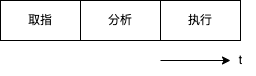
junjie-git/draw.io keeps this draw.io diagram as 对一条机器指令的解释.png. Above is the earlier version. Source tidied: cells renumbered, new cells last; positions are measured from the earlier drawing's top-left corner, leaving out a move shared by most shapes. The source it was exported from:
```xml
<mxGraphModel>
  <root>
    <mxCell id="0" />
    <mxCell id="1" parent="0" />
    <mxCell id="2" style="rounded=0;whiteSpace=wrap;html=1;" parent="1" vertex="1">
      <mxGeometry width="240" height="40" as="geometry" />
    </mxCell>
    <mxCell id="3" style="shape=partialRectangle;whiteSpace=wrap;html=1;top=0;bottom=0;fillColor=none;" parent="1" vertex="1">
      <mxGeometry x="80" width="80" height="40" as="geometry" />
    </mxCell>
    <mxCell id="4" value="取指" style="text;html=1;strokeColor=none;fillColor=none;align=center;verticalAlign=middle;whiteSpace=wrap;rounded=0;" parent="1" vertex="1">
      <mxGeometry width="80" height="40" as="geometry" />
    </mxCell>
    <mxCell id="5" value="分析" style="text;html=1;strokeColor=none;fillColor=none;align=center;verticalAlign=middle;whiteSpace=wrap;rounded=0;" parent="1" vertex="1">
      <mxGeometry x="80" width="80" height="40" as="geometry" />
    </mxCell>
    <mxCell id="6" value="执行" style="text;html=1;strokeColor=none;fillColor=none;align=center;verticalAlign=middle;whiteSpace=wrap;rounded=0;" parent="1" vertex="1">
      <mxGeometry x="160" width="80" height="40" as="geometry" />
    </mxCell>
    <mxCell id="7" style="endArrow=classic;html=1;rounded=0;" parent="1" edge="1">
      <mxGeometry relative="1" as="geometry">
        <mxPoint x="160" y="60" as="sourcePoint" />
        <mxPoint x="230" y="60" as="targetPoint" />
      </mxGeometry>
    </mxCell>
    <mxCell id="8" value="t" style="text;html=1;align=center;verticalAlign=middle;strokeColor=none;fillColor=none;" parent="1" vertex="1">
      <mxGeometry x="225" y="45" width="30" height="30" as="geometry" />
    </mxCell>
  </root>
</mxGraphModel>
```
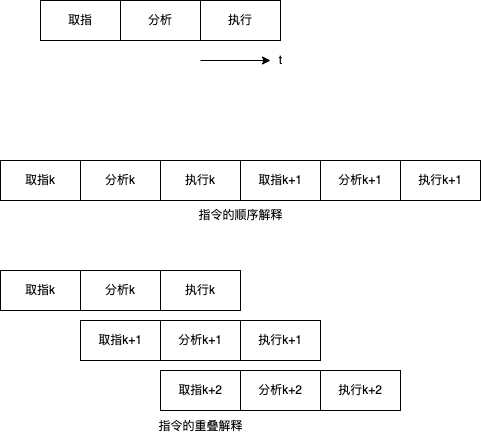
Above is the later version.

Commit message:
feat: 指令的顺序解释和重叠解释

Diff of the diagram source:
```diff
@@ -26,5 +26,86 @@
     <mxCell id="8" value="t" style="text;html=1;align=center;verticalAlign=middle;strokeColor=none;fillColor=none;" parent="1" vertex="1">
       <mxGeometry x="225" y="45" width="30" height="30" as="geometry" />
     </mxCell>
+    <mxCell id="9" style="rounded=0;whiteSpace=wrap;html=1;" parent="1" vertex="1">
+      <mxGeometry x="-40" y="160" width="240" height="40" as="geometry" />
+    </mxCell>
+    <mxCell id="10" style="shape=partialRectangle;whiteSpace=wrap;html=1;top=0;bottom=0;fillColor=none;" parent="1" vertex="1">
+      <mxGeometry x="40" y="160" width="80" height="40" as="geometry" />
+    </mxCell>
+    <mxCell id="11" value="取指k" style="text;html=1;strokeColor=none;fillColor=none;align=center;verticalAlign=middle;whiteSpace=wrap;rounded=0;" parent="1" vertex="1">
+      <mxGeometry x="-40" y="160" width="80" height="40" as="geometry" />
+    </mxCell>
+    <mxCell id="12" value="分析k" style="text;html=1;strokeColor=none;fillColor=none;align=center;verticalAlign=middle;whiteSpace=wrap;rounded=0;" parent="1" vertex="1">
+      <mxGeometry x="40" y="160" width="80" height="40" as="geometry" />
+    </mxCell>
+    <mxCell id="13" value="执行k" style="text;html=1;strokeColor=none;fillColor=none;align=center;verticalAlign=middle;whiteSpace=wrap;rounded=0;" parent="1" vertex="1">
+      <mxGeometry x="120" y="160" width="80" height="40" as="geometry" />
+    </mxCell>
+    <mxCell id="14" style="rounded=0;whiteSpace=wrap;html=1;" parent="1" vertex="1">
+      <mxGeometry x="200" y="160" width="240" height="40" as="geometry" />
+    </mxCell>
+    <mxCell id="15" style="shape=partialRectangle;whiteSpace=wrap;html=1;top=0;bottom=0;fillColor=none;" parent="1" vertex="1">
+      <mxGeometry x="280" y="160" width="80" height="40" as="geometry" />
+    </mxCell>
+    <mxCell id="16" value="取指k+1" style="text;html=1;strokeColor=none;fillColor=none;align=center;verticalAlign=middle;whiteSpace=wrap;rounded=0;" parent="1" vertex="1">
+      <mxGeometry x="200" y="160" width="80" height="40" as="geometry" />
+    </mxCell>
+    <mxCell id="17" value="分析k+1" style="text;html=1;strokeColor=none;fillColor=none;align=center;verticalAlign=middle;whiteSpace=wrap;rounded=0;" parent="1" vertex="1">
+      <mxGeometry x="280" y="160" width="80" height="40" as="geometry" />
+    </mxCell>
+    <mxCell id="18" value="执行k+1" style="text;html=1;strokeColor=none;fillColor=none;align=center;verticalAlign=middle;whiteSpace=wrap;rounded=0;" parent="1" vertex="1">
+      <mxGeometry x="360" y="160" width="80" height="40" as="geometry" />
+    </mxCell>
+    <mxCell id="19" style="rounded=0;whiteSpace=wrap;html=1;" parent="1" vertex="1">
+      <mxGeometry x="-40" y="270" width="240" height="40" as="geometry" />
+    </mxCell>
+    <mxCell id="20" style="shape=partialRectangle;whiteSpace=wrap;html=1;top=0;bottom=0;fillColor=none;" parent="1" vertex="1">
+      <mxGeometry x="40" y="270" width="80" height="40" as="geometry" />
+    </mxCell>
+    <mxCell id="21" value="取指k" style="text;html=1;strokeColor=none;fillColor=none;align=center;verticalAlign=middle;whiteSpace=wrap;rounded=0;" parent="1" vertex="1">
+      <mxGeometry x="-40" y="270" width="80" height="40" as="geometry" />
+    </mxCell>
+    <mxCell id="22" value="分析k" style="text;html=1;strokeColor=none;fillColor=none;align=center;verticalAlign=middle;whiteSpace=wrap;rounded=0;" parent="1" vertex="1">
+      <mxGeometry x="40" y="270" width="80" height="40" as="geometry" />
+    </mxCell>
+    <mxCell id="23" value="执行k" style="text;html=1;strokeColor=none;fillColor=none;align=center;verticalAlign=middle;whiteSpace=wrap;rounded=0;" parent="1" vertex="1">
+      <mxGeometry x="120" y="270" width="80" height="40" as="geometry" />
+    </mxCell>
+    <mxCell id="24" style="rounded=0;whiteSpace=wrap;html=1;" parent="1" vertex="1">
+      <mxGeometry x="40" y="320" width="240" height="40" as="geometry" />
+    </mxCell>
+    <mxCell id="25" style="shape=partialRectangle;whiteSpace=wrap;html=1;top=0;bottom=0;fillColor=none;" parent="1" vertex="1">
+      <mxGeometry x="120" y="320" width="80" height="40" as="geometry" />
+    </mxCell>
+    <mxCell id="26" value="取指k+1" style="text;html=1;strokeColor=none;fillColor=none;align=center;verticalAlign=middle;whiteSpace=wrap;rounded=0;" parent="1" vertex="1">
+      <mxGeometry x="40" y="320" width="80" height="40" as="geometry" />
+    </mxCell>
+    <mxCell id="27" value="分析k+1" style="text;html=1;strokeColor=none;fillColor=none;align=center;verticalAlign=middle;whiteSpace=wrap;rounded=0;" parent="1" vertex="1">
+      <mxGeometry x="120" y="320" width="80" height="40" as="geometry" />
+    </mxCell>
+    <mxCell id="28" value="执行k+1" style="text;html=1;strokeColor=none;fillColor=none;align=center;verticalAlign=middle;whiteSpace=wrap;rounded=0;" parent="1" vertex="1">
+      <mxGeometry x="200" y="320" width="80" height="40" as="geometry" />
+    </mxCell>
+    <mxCell id="29" style="rounded=0;whiteSpace=wrap;html=1;" parent="1" vertex="1">
+      <mxGeometry x="120" y="370" width="240" height="40" as="geometry" />
+    </mxCell>
+    <mxCell id="30" style="shape=partialRectangle;whiteSpace=wrap;html=1;top=0;bottom=0;fillColor=none;" parent="1" vertex="1">
+      <mxGeometry x="200" y="370" width="80" height="40" as="geometry" />
+    </mxCell>
+    <mxCell id="31" value="取指k+2" style="text;html=1;strokeColor=none;fillColor=none;align=center;verticalAlign=middle;whiteSpace=wrap;rounded=0;" parent="1" vertex="1">
+      <mxGeometry x="120" y="370" width="80" height="40" as="geometry" />
+    </mxCell>
+    <mxCell id="32" value="分析k+2" style="text;html=1;strokeColor=none;fillColor=none;align=center;verticalAlign=middle;whiteSpace=wrap;rounded=0;" parent="1" vertex="1">
+      <mxGeometry x="200" y="370" width="80" height="40" as="geometry" />
+    </mxCell>
+    <mxCell id="33" value="执行k+2" style="text;html=1;strokeColor=none;fillColor=none;align=center;verticalAlign=middle;whiteSpace=wrap;rounded=0;" parent="1" vertex="1">
+      <mxGeometry x="280" y="370" width="80" height="40" as="geometry" />
+    </mxCell>
+    <mxCell id="34" value="指令的顺序解释" style="text;html=1;align=center;verticalAlign=middle;strokeColor=none;fillColor=none;" parent="1" vertex="1">
+      <mxGeometry x="145" y="200" width="110" height="30" as="geometry" />
+    </mxCell>
+    <mxCell id="35" value="指令的重叠解释" style="text;html=1;align=center;verticalAlign=middle;strokeColor=none;fillColor=none;" parent="1" vertex="1">
+      <mxGeometry x="105" y="411" width="110" height="30" as="geometry" />
+    </mxCell>
   </root>
 </mxGraphModel>
```
